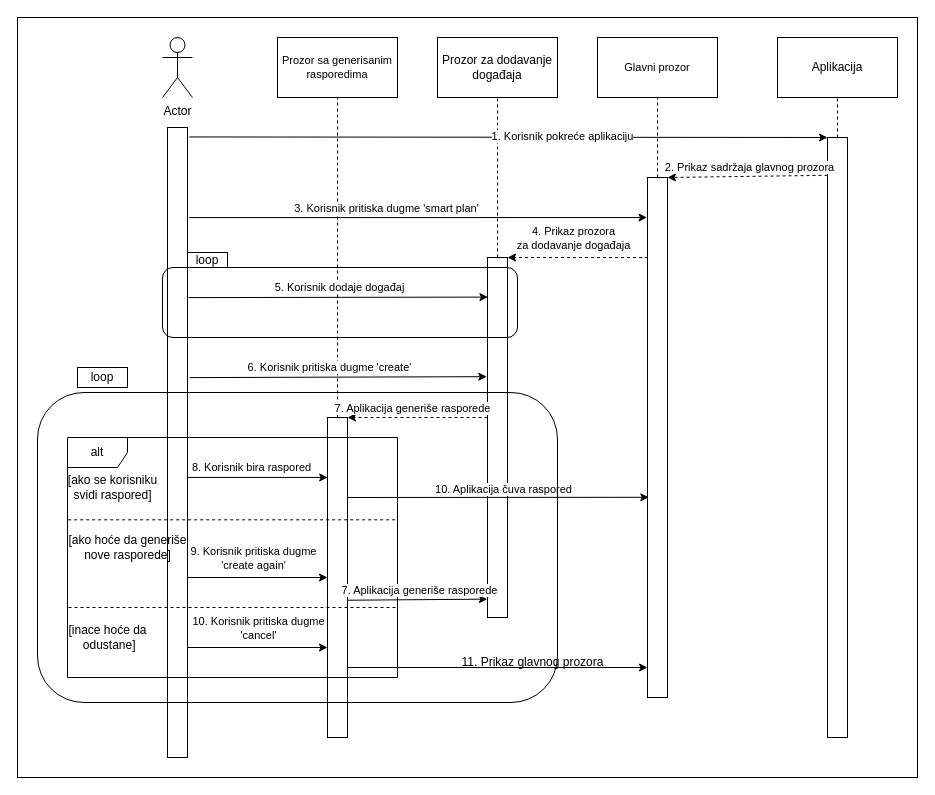
Earlier version of the draw.io diagram documentation/specific documentation sections/smartPlanDiagram.drawio (jelisavetagavrilovic/kOrganizify). Source tidied: cells renumbered, new cells numbered last; positions are measured from the earlier drawing's top-left corner, leaving out a move shared by most shapes. Both pictures are drawn from the tidied source at 100%, with x=0, y=0 at pixel (17, 17).
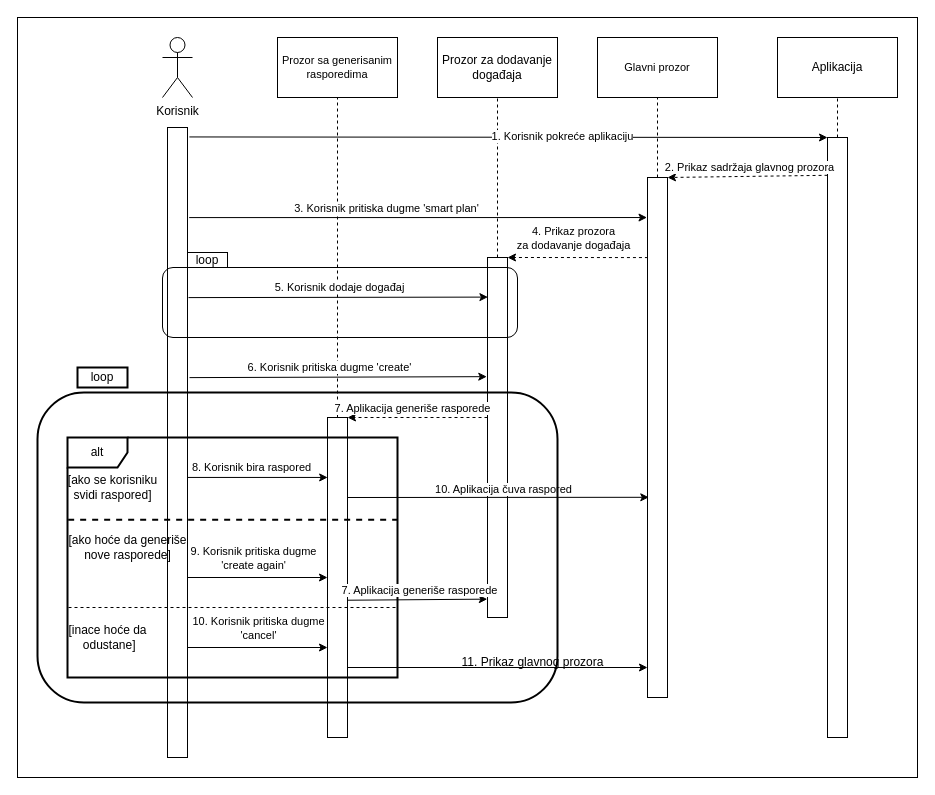
After the change.

Change to the diagram source:
```diff
@@
+    <mxCell id="52" style="rounded=0;whiteSpace=wrap;html=1;fillColor=none;" parent="1" vertex="1">
+      <mxGeometry width="900" height="760" as="geometry" />
+    </mxCell>
-    <mxCell id="2" value="Actor" style="shape=umlActor;verticalLabelPosition=bottom;verticalAlign=top;html=1;" parent="1" vertex="1">
+    <mxCell id="2" value="Korisnik" style="shape=umlActor;verticalLabelPosition=bottom;verticalAlign=top;html=1;" parent="1" vertex="1">
       <mxGeometry x="145" y="20" width="30" height="60" as="geometry" />
     </mxCell>
@@
-    <mxCell id="33" value="alt" style="shape=umlFrame;whiteSpace=wrap;html=1;" parent="1" vertex="1">
+    <mxCell id="33" value="alt" style="shape=umlFrame;whiteSpace=wrap;html=1;strokeWidth=2;" parent="1" vertex="1">
       <mxGeometry x="50" y="420" width="330" height="240" as="geometry" />
     </mxCell>
@@
-    <mxCell id="35" style="endArrow=none;dashed=1;html=1;rounded=0;exitX=0.002;exitY=0.343;exitDx=0;exitDy=0;exitPerimeter=0;entryX=1;entryY=0.343;entryDx=0;entryDy=0;entryPerimeter=0;" parent="1" edge="1" source="33" target="33">
+    <mxCell id="35" style="endArrow=none;dashed=1;html=1;rounded=0;exitX=0.002;exitY=0.343;exitDx=0;exitDy=0;exitPerimeter=0;entryX=1;entryY=0.343;entryDx=0;entryDy=0;entryPerimeter=0;strokeWidth=2;" parent="1" edge="1" source="33" target="33">
       <mxGeometry relative="1" as="geometry" />
     </mxCell>
@@
-    <mxCell id="43" value="loop" style="rounded=0;whiteSpace=wrap;html=1;" parent="1" vertex="1">
+    <mxCell id="43" value="loop" style="rounded=0;whiteSpace=wrap;html=1;strokeWidth=2;" parent="1" vertex="1">
       <mxGeometry x="60" y="350" width="50" height="20" as="geometry" />
     </mxCell>
@@
-    <mxCell id="51" style="rounded=1;whiteSpace=wrap;html=1;fillColor=none;" parent="1" vertex="1">
+    <mxCell id="51" style="rounded=1;whiteSpace=wrap;html=1;fillColor=none;strokeWidth=2;" parent="1" vertex="1">
       <mxGeometry x="20" y="375" width="520" height="310" as="geometry" />
     </mxCell>
-    <mxCell id="52" style="rounded=0;whiteSpace=wrap;html=1;fillColor=none;" parent="1" vertex="1">
-      <mxGeometry width="900" height="760" as="geometry" />
-    </mxCell>
```
